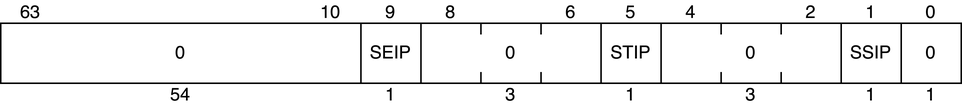
Before: basic/images/23-smode-csr/sip.png, a diagram exported from draw.io (nananapo/veryl-riscv-book). Source tidied: cells renumbered, new cells last; positions are measured from the earlier drawing's top-left corner, leaving out a move shared by most shapes. Source of this version:
```xml
<mxGraphModel>
  <root>
    <mxCell id="0" />
    <mxCell id="1" parent="0" />
    <mxCell id="2" style="rounded=0;whiteSpace=wrap;html=1;" parent="1" vertex="1">
      <mxGeometry y="15" width="640" height="40" as="geometry" />
    </mxCell>
    <mxCell id="3" value="0" style="text;html=1;align=center;verticalAlign=middle;whiteSpace=wrap;rounded=0;" parent="1" vertex="1">
      <mxGeometry x="610" width="20" height="15" as="geometry" />
    </mxCell>
    <mxCell id="4" value="63" style="text;html=1;align=center;verticalAlign=middle;whiteSpace=wrap;rounded=0;" parent="1" vertex="1">
      <mxGeometry x="10" width="20" height="15" as="geometry" />
    </mxCell>
    <mxCell id="5" value="54" style="text;html=1;align=center;verticalAlign=middle;whiteSpace=wrap;rounded=0;" parent="1" vertex="1">
      <mxGeometry x="110" y="55" width="20" height="15" as="geometry" />
    </mxCell>
    <mxCell id="6" style="endArrow=none;html=1;rounded=0;" parent="1" edge="1">
      <mxGeometry relative="1" as="geometry">
        <mxPoint x="600" y="55" as="sourcePoint" />
        <mxPoint x="600" y="15" as="targetPoint" />
      </mxGeometry>
    </mxCell>
    <mxCell id="7" style="endArrow=none;html=1;rounded=0;" parent="1" edge="1">
      <mxGeometry relative="1" as="geometry">
        <mxPoint x="560" y="55" as="sourcePoint" />
        <mxPoint x="560" y="15" as="targetPoint" />
      </mxGeometry>
    </mxCell>
    <mxCell id="8" style="endArrow=none;html=1;rounded=0;" parent="1" edge="1">
      <mxGeometry relative="1" as="geometry">
        <mxPoint x="440" y="55" as="sourcePoint" />
        <mxPoint x="440" y="15" as="targetPoint" />
      </mxGeometry>
    </mxCell>
    <mxCell id="9" style="endArrow=none;html=1;rounded=0;" parent="1" edge="1">
      <mxGeometry relative="1" as="geometry">
        <mxPoint x="400" y="55" as="sourcePoint" />
        <mxPoint x="400" y="15" as="targetPoint" />
      </mxGeometry>
    </mxCell>
    <mxCell id="10" style="endArrow=none;html=1;rounded=0;" parent="1" edge="1">
      <mxGeometry relative="1" as="geometry">
        <mxPoint x="280" y="55" as="sourcePoint" />
        <mxPoint x="280" y="15" as="targetPoint" />
      </mxGeometry>
    </mxCell>
    <mxCell id="11" style="endArrow=none;html=1;rounded=0;" parent="1" edge="1">
      <mxGeometry relative="1" as="geometry">
        <mxPoint x="240" y="55" as="sourcePoint" />
        <mxPoint x="240" y="15" as="targetPoint" />
      </mxGeometry>
    </mxCell>
    <mxCell id="12" value="1" style="text;html=1;align=center;verticalAlign=middle;whiteSpace=wrap;rounded=0;" parent="1" vertex="1">
      <mxGeometry x="570" width="20" height="15" as="geometry" />
    </mxCell>
    <mxCell id="13" value="2" style="text;html=1;align=center;verticalAlign=middle;whiteSpace=wrap;rounded=0;" parent="1" vertex="1">
      <mxGeometry x="530" width="20" height="15" as="geometry" />
    </mxCell>
    <mxCell id="14" value="4" style="text;html=1;align=center;verticalAlign=middle;whiteSpace=wrap;rounded=0;" parent="1" vertex="1">
      <mxGeometry x="450" width="20" height="15" as="geometry" />
    </mxCell>
    <mxCell id="15" value="5" style="text;html=1;align=center;verticalAlign=middle;whiteSpace=wrap;rounded=0;" parent="1" vertex="1">
      <mxGeometry x="410" width="20" height="15" as="geometry" />
    </mxCell>
    <mxCell id="16" value="6" style="text;html=1;align=center;verticalAlign=middle;whiteSpace=wrap;rounded=0;" parent="1" vertex="1">
      <mxGeometry x="370" width="20" height="15" as="geometry" />
    </mxCell>
    <mxCell id="17" value="8" style="text;html=1;align=center;verticalAlign=middle;whiteSpace=wrap;rounded=0;" parent="1" vertex="1">
      <mxGeometry x="290" width="20" height="15" as="geometry" />
    </mxCell>
    <mxCell id="18" value="9" style="text;html=1;align=center;verticalAlign=middle;whiteSpace=wrap;rounded=0;" parent="1" vertex="1">
      <mxGeometry x="250" width="20" height="15" as="geometry" />
    </mxCell>
    <mxCell id="19" value="10" style="text;html=1;align=center;verticalAlign=middle;whiteSpace=wrap;rounded=0;" parent="1" vertex="1">
      <mxGeometry x="210" width="20" height="15" as="geometry" />
    </mxCell>
    <mxCell id="20" value="1" style="text;html=1;align=center;verticalAlign=middle;whiteSpace=wrap;rounded=0;" parent="1" vertex="1">
      <mxGeometry x="610" y="55" width="20" height="15" as="geometry" />
    </mxCell>
    <mxCell id="21" value="1" style="text;html=1;align=center;verticalAlign=middle;whiteSpace=wrap;rounded=0;" parent="1" vertex="1">
      <mxGeometry x="570" y="55" width="20" height="15" as="geometry" />
    </mxCell>
    <mxCell id="22" value="3" style="text;html=1;align=center;verticalAlign=middle;whiteSpace=wrap;rounded=0;" parent="1" vertex="1">
      <mxGeometry x="490" y="55" width="20" height="15" as="geometry" />
    </mxCell>
    <mxCell id="23" value="1" style="text;html=1;align=center;verticalAlign=middle;whiteSpace=wrap;rounded=0;" parent="1" vertex="1">
      <mxGeometry x="410" y="55" width="20" height="15" as="geometry" />
    </mxCell>
    <mxCell id="24" value="1" style="text;html=1;align=center;verticalAlign=middle;whiteSpace=wrap;rounded=0;" parent="1" vertex="1">
      <mxGeometry x="250" y="55" width="20" height="15" as="geometry" />
    </mxCell>
    <mxCell id="25" value="0" style="text;html=1;align=center;verticalAlign=middle;whiteSpace=wrap;rounded=0;" parent="1" vertex="1">
      <mxGeometry x="110" y="27.5" width="20" height="15" as="geometry" />
    </mxCell>
    <mxCell id="26" value="SEIP" style="text;html=1;align=center;verticalAlign=middle;whiteSpace=wrap;rounded=0;" parent="1" vertex="1">
      <mxGeometry x="250" y="27.5" width="20" height="15" as="geometry" />
    </mxCell>
    <mxCell id="27" value="STIP" style="text;html=1;align=center;verticalAlign=middle;whiteSpace=wrap;rounded=0;" parent="1" vertex="1">
      <mxGeometry x="410" y="27.5" width="20" height="15" as="geometry" />
    </mxCell>
    <mxCell id="28" value="0" style="text;html=1;align=center;verticalAlign=middle;whiteSpace=wrap;rounded=0;" parent="1" vertex="1">
      <mxGeometry x="490" y="27.5" width="20" height="15" as="geometry" />
    </mxCell>
    <mxCell id="29" value="SSIP" style="text;html=1;align=center;verticalAlign=middle;whiteSpace=wrap;rounded=0;" parent="1" vertex="1">
      <mxGeometry x="570" y="27.5" width="20" height="15" as="geometry" />
    </mxCell>
    <mxCell id="30" value="0" style="text;html=1;align=center;verticalAlign=middle;whiteSpace=wrap;rounded=0;" parent="1" vertex="1">
      <mxGeometry x="610" y="27.5" width="20" height="15" as="geometry" />
    </mxCell>
    <mxCell id="31" style="endArrow=none;html=1;rounded=0;" parent="1" edge="1">
      <mxGeometry relative="1" as="geometry">
        <mxPoint x="480" y="55" as="sourcePoint" />
        <mxPoint x="480" y="47.5" as="targetPoint" />
      </mxGeometry>
    </mxCell>
    <mxCell id="32" style="endArrow=none;html=1;rounded=0;" parent="1" edge="1">
      <mxGeometry relative="1" as="geometry">
        <mxPoint x="480" y="22.5" as="sourcePoint" />
        <mxPoint x="480" y="15" as="targetPoint" />
      </mxGeometry>
    </mxCell>
    <mxCell id="33" value="3" style="text;html=1;align=center;verticalAlign=middle;whiteSpace=wrap;rounded=0;" parent="1" vertex="1">
      <mxGeometry x="330" y="55" width="20" height="15" as="geometry" />
    </mxCell>
    <mxCell id="34" value="0" style="text;html=1;align=center;verticalAlign=middle;whiteSpace=wrap;rounded=0;" parent="1" vertex="1">
      <mxGeometry x="330" y="27.5" width="20" height="15" as="geometry" />
    </mxCell>
    <mxCell id="35" style="endArrow=none;html=1;rounded=0;" parent="1" edge="1">
      <mxGeometry relative="1" as="geometry">
        <mxPoint x="360" y="55" as="sourcePoint" />
        <mxPoint x="360" y="47.5" as="targetPoint" />
      </mxGeometry>
    </mxCell>
    <mxCell id="36" style="endArrow=none;html=1;rounded=0;" parent="1" edge="1">
      <mxGeometry relative="1" as="geometry">
        <mxPoint x="360" y="22.5" as="sourcePoint" />
        <mxPoint x="360" y="15" as="targetPoint" />
      </mxGeometry>
    </mxCell>
    <mxCell id="37" style="endArrow=none;html=1;rounded=0;" parent="1" edge="1">
      <mxGeometry relative="1" as="geometry">
        <mxPoint x="520" y="55" as="sourcePoint" />
        <mxPoint x="520" y="47.5" as="targetPoint" />
      </mxGeometry>
    </mxCell>
    <mxCell id="38" style="endArrow=none;html=1;rounded=0;" parent="1" edge="1">
      <mxGeometry relative="1" as="geometry">
        <mxPoint x="520" y="22.5" as="sourcePoint" />
        <mxPoint x="520" y="15" as="targetPoint" />
      </mxGeometry>
    </mxCell>
    <mxCell id="39" style="endArrow=none;html=1;rounded=0;" parent="1" edge="1">
      <mxGeometry relative="1" as="geometry">
        <mxPoint x="320" y="55" as="sourcePoint" />
        <mxPoint x="320" y="47.5" as="targetPoint" />
      </mxGeometry>
    </mxCell>
    <mxCell id="40" style="endArrow=none;html=1;rounded=0;" parent="1" edge="1">
      <mxGeometry relative="1" as="geometry">
        <mxPoint x="320" y="22.5" as="sourcePoint" />
        <mxPoint x="320" y="15" as="targetPoint" />
      </mxGeometry>
    </mxCell>
  </root>
</mxGraphModel>
```
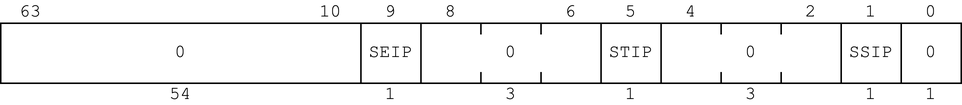
After the change.

The edit, as a diff of the source:
```diff
@@ -2,160 +2,160 @@
   <root>
     <mxCell id="0" />
     <mxCell id="1" parent="0" />
-    <mxCell id="2" style="rounded=0;whiteSpace=wrap;html=1;" parent="1" vertex="1">
+    <mxCell id="2" style="rounded=0;whiteSpace=wrap;html=1;fontFamily=Courier New;" parent="1" vertex="1">
       <mxGeometry y="15" width="640" height="40" as="geometry" />
     </mxCell>
-    <mxCell id="3" value="0" style="text;html=1;align=center;verticalAlign=middle;whiteSpace=wrap;rounded=0;" parent="1" vertex="1">
+    <mxCell id="3" value="0" style="text;html=1;align=center;verticalAlign=middle;whiteSpace=wrap;rounded=0;fontFamily=Courier New;" parent="1" vertex="1">
       <mxGeometry x="610" width="20" height="15" as="geometry" />
     </mxCell>
-    <mxCell id="4" value="63" style="text;html=1;align=center;verticalAlign=middle;whiteSpace=wrap;rounded=0;" parent="1" vertex="1">
+    <mxCell id="4" value="63" style="text;html=1;align=center;verticalAlign=middle;whiteSpace=wrap;rounded=0;fontFamily=Courier New;" parent="1" vertex="1">
       <mxGeometry x="10" width="20" height="15" as="geometry" />
     </mxCell>
-    <mxCell id="5" value="54" style="text;html=1;align=center;verticalAlign=middle;whiteSpace=wrap;rounded=0;" parent="1" vertex="1">
+    <mxCell id="5" value="54" style="text;html=1;align=center;verticalAlign=middle;whiteSpace=wrap;rounded=0;fontFamily=Courier New;" parent="1" vertex="1">
       <mxGeometry x="110" y="55" width="20" height="15" as="geometry" />
     </mxCell>
-    <mxCell id="6" style="endArrow=none;html=1;rounded=0;" parent="1" edge="1">
+    <mxCell id="6" style="endArrow=none;html=1;rounded=0;fontFamily=Courier New;" parent="1" edge="1">
       <mxGeometry relative="1" as="geometry">
         <mxPoint x="600" y="55" as="sourcePoint" />
         <mxPoint x="600" y="15" as="targetPoint" />
       </mxGeometry>
     </mxCell>
-    <mxCell id="7" style="endArrow=none;html=1;rounded=0;" parent="1" edge="1">
+    <mxCell id="7" style="endArrow=none;html=1;rounded=0;fontFamily=Courier New;" parent="1" edge="1">
       <mxGeometry relative="1" as="geometry">
         <mxPoint x="560" y="55" as="sourcePoint" />
         <mxPoint x="560" y="15" as="targetPoint" />
       </mxGeometry>
     </mxCell>
-    <mxCell id="8" style="endArrow=none;html=1;rounded=0;" parent="1" edge="1">
+    <mxCell id="8" style="endArrow=none;html=1;rounded=0;fontFamily=Courier New;" parent="1" edge="1">
       <mxGeometry relative="1" as="geometry">
         <mxPoint x="440" y="55" as="sourcePoint" />
         <mxPoint x="440" y="15" as="targetPoint" />
       </mxGeometry>
     </mxCell>
-    <mxCell id="9" style="endArrow=none;html=1;rounded=0;" parent="1" edge="1">
+    <mxCell id="9" style="endArrow=none;html=1;rounded=0;fontFamily=Courier New;" parent="1" edge="1">
       <mxGeometry relative="1" as="geometry">
         <mxPoint x="400" y="55" as="sourcePoint" />
         <mxPoint x="400" y="15" as="targetPoint" />
       </mxGeometry>
     </mxCell>
-    <mxCell id="10" style="endArrow=none;html=1;rounded=0;" parent="1" edge="1">
+    <mxCell id="10" style="endArrow=none;html=1;rounded=0;fontFamily=Courier New;" parent="1" edge="1">
       <mxGeometry relative="1" as="geometry">
         <mxPoint x="280" y="55" as="sourcePoint" />
         <mxPoint x="280" y="15" as="targetPoint" />
       </mxGeometry>
     </mxCell>
-    <mxCell id="11" style="endArrow=none;html=1;rounded=0;" parent="1" edge="1">
+    <mxCell id="11" style="endArrow=none;html=1;rounded=0;fontFamily=Courier New;" parent="1" edge="1">
       <mxGeometry relative="1" as="geometry">
         <mxPoint x="240" y="55" as="sourcePoint" />
         <mxPoint x="240" y="15" as="targetPoint" />
       </mxGeometry>
     </mxCell>
-    <mxCell id="12" value="1" style="text;html=1;align=center;verticalAlign=middle;whiteSpace=wrap;rounded=0;" parent="1" vertex="1">
+    <mxCell id="12" value="1" style="text;html=1;align=center;verticalAlign=middle;whiteSpace=wrap;rounded=0;fontFamily=Courier New;" parent="1" vertex="1">
       <mxGeometry x="570" width="20" height="15" as="geometry" />
     </mxCell>
-    <mxCell id="13" value="2" style="text;html=1;align=center;verticalAlign=middle;whiteSpace=wrap;rounded=0;" parent="1" vertex="1">
+    <mxCell id="13" value="2" style="text;html=1;align=center;verticalAlign=middle;whiteSpace=wrap;rounded=0;fontFamily=Courier New;" parent="1" vertex="1">
       <mxGeometry x="530" width="20" height="15" as="geometry" />
     </mxCell>
-    <mxCell id="14" value="4" style="text;html=1;align=center;verticalAlign=middle;whiteSpace=wrap;rounded=0;" parent="1" vertex="1">
+    <mxCell id="14" value="4" style="text;html=1;align=center;verticalAlign=middle;whiteSpace=wrap;rounded=0;fontFamily=Courier New;" parent="1" vertex="1">
       <mxGeometry x="450" width="20" height="15" as="geometry" />
     </mxCell>
-    <mxCell id="15" value="5" style="text;html=1;align=center;verticalAlign=middle;whiteSpace=wrap;rounded=0;" parent="1" vertex="1">
+    <mxCell id="15" value="5" style="text;html=1;align=center;verticalAlign=middle;whiteSpace=wrap;rounded=0;fontFamily=Courier New;" parent="1" vertex="1">
       <mxGeometry x="410" width="20" height="15" as="geometry" />
     </mxCell>
-    <mxCell id="16" value="6" style="text;html=1;align=center;verticalAlign=middle;whiteSpace=wrap;rounded=0;" parent="1" vertex="1">
+    <mxCell id="16" value="6" style="text;html=1;align=center;verticalAlign=middle;whiteSpace=wrap;rounded=0;fontFamily=Courier New;" parent="1" vertex="1">
       <mxGeometry x="370" width="20" height="15" as="geometry" />
     </mxCell>
-    <mxCell id="17" value="8" style="text;html=1;align=center;verticalAlign=middle;whiteSpace=wrap;rounded=0;" parent="1" vertex="1">
+    <mxCell id="17" value="8" style="text;html=1;align=center;verticalAlign=middle;whiteSpace=wrap;rounded=0;fontFamily=Courier New;" parent="1" vertex="1">
       <mxGeometry x="290" width="20" height="15" as="geometry" />
     </mxCell>
-    <mxCell id="18" value="9" style="text;html=1;align=center;verticalAlign=middle;whiteSpace=wrap;rounded=0;" parent="1" vertex="1">
+    <mxCell id="18" value="9" style="text;html=1;align=center;verticalAlign=middle;whiteSpace=wrap;rounded=0;fontFamily=Courier New;" parent="1" vertex="1">
       <mxGeometry x="250" width="20" height="15" as="geometry" />
     </mxCell>
-    <mxCell id="19" value="10" style="text;html=1;align=center;verticalAlign=middle;whiteSpace=wrap;rounded=0;" parent="1" vertex="1">
+    <mxCell id="19" value="10" style="text;html=1;align=center;verticalAlign=middle;whiteSpace=wrap;rounded=0;fontFamily=Courier New;" parent="1" vertex="1">
       <mxGeometry x="210" width="20" height="15" as="geometry" />
     </mxCell>
-    <mxCell id="20" value="1" style="text;html=1;align=center;verticalAlign=middle;whiteSpace=wrap;rounded=0;" parent="1" vertex="1">
+    <mxCell id="20" value="1" style="text;html=1;align=center;verticalAlign=middle;whiteSpace=wrap;rounded=0;fontFamily=Courier New;" parent="1" vertex="1">
       <mxGeometry x="610" y="55" width="20" height="15" as="geometry" />
     </mxCell>
-    <mxCell id="21" value="1" style="text;html=1;align=center;verticalAlign=middle;whiteSpace=wrap;rounded=0;" parent="1" vertex="1">
+    <mxCell id="21" value="1" style="text;html=1;align=center;verticalAlign=middle;whiteSpace=wrap;rounded=0;fontFamily=Courier New;" parent="1" vertex="1">
       <mxGeometry x="570" y="55" width="20" height="15" as="geometry" />
     </mxCell>
-    <mxCell id="22" value="3" style="text;html=1;align=center;verticalAlign=middle;whiteSpace=wrap;rounded=0;" parent="1" vertex="1">
+    <mxCell id="22" value="3" style="text;html=1;align=center;verticalAlign=middle;whiteSpace=wrap;rounded=0;fontFamily=Courier New;" parent="1" vertex="1">
       <mxGeometry x="490" y="55" width="20" height="15" as="geometry" />
     </mxCell>
-    <mxCell id="23" value="1" style="text;html=1;align=center;verticalAlign=middle;whiteSpace=wrap;rounded=0;" parent="1" vertex="1">
+    <mxCell id="23" value="1" style="text;html=1;align=center;verticalAlign=middle;whiteSpace=wrap;rounded=0;fontFamily=Courier New;" parent="1" vertex="1">
       <mxGeometry x="410" y="55" width="20" height="15" as="geometry" />
     </mxCell>
-    <mxCell id="24" value="1" style="text;html=1;align=center;verticalAlign=middle;whiteSpace=wrap;rounded=0;" parent="1" vertex="1">
+    <mxCell id="24" value="1" style="text;html=1;align=center;verticalAlign=middle;whiteSpace=wrap;rounded=0;fontFamily=Courier New;" parent="1" vertex="1">
       <mxGeometry x="250" y="55" width="20" height="15" as="geometry" />
     </mxCell>
-    <mxCell id="25" value="0" style="text;html=1;align=center;verticalAlign=middle;whiteSpace=wrap;rounded=0;" parent="1" vertex="1">
+    <mxCell id="25" value="0" style="text;html=1;align=center;verticalAlign=middle;whiteSpace=wrap;rounded=0;fontFamily=Courier New;" parent="1" vertex="1">
       <mxGeometry x="110" y="27.5" width="20" height="15" as="geometry" />
     </mxCell>
-    <mxCell id="26" value="SEIP" style="text;html=1;align=center;verticalAlign=middle;whiteSpace=wrap;rounded=0;" parent="1" vertex="1">
+    <mxCell id="26" value="SEIP" style="text;html=1;align=center;verticalAlign=middle;whiteSpace=wrap;rounded=0;fontFamily=Courier New;" parent="1" vertex="1">
       <mxGeometry x="250" y="27.5" width="20" height="15" as="geometry" />
     </mxCell>
-    <mxCell id="27" value="STIP" style="text;html=1;align=center;verticalAlign=middle;whiteSpace=wrap;rounded=0;" parent="1" vertex="1">
+    <mxCell id="27" value="STIP" style="text;html=1;align=center;verticalAlign=middle;whiteSpace=wrap;rounded=0;fontFamily=Courier New;" parent="1" vertex="1">
       <mxGeometry x="410" y="27.5" width="20" height="15" as="geometry" />
     </mxCell>
-    <mxCell id="28" value="0" style="text;html=1;align=center;verticalAlign=middle;whiteSpace=wrap;rounded=0;" parent="1" vertex="1">
+    <mxCell id="28" value="0" style="text;html=1;align=center;verticalAlign=middle;whiteSpace=wrap;rounded=0;fontFamily=Courier New;" parent="1" vertex="1">
       <mxGeometry x="490" y="27.5" width="20" height="15" as="geometry" />
     </mxCell>
-    <mxCell id="29" value="SSIP" style="text;html=1;align=center;verticalAlign=middle;whiteSpace=wrap;rounded=0;" parent="1" vertex="1">
+    <mxCell id="29" value="SSIP" style="text;html=1;align=center;verticalAlign=middle;whiteSpace=wrap;rounded=0;fontFamily=Courier New;" parent="1" vertex="1">
       <mxGeometry x="570" y="27.5" width="20" height="15" as="geometry" />
     </mxCell>
-    <mxCell id="30" value="0" style="text;html=1;align=center;verticalAlign=middle;whiteSpace=wrap;rounded=0;" parent="1" vertex="1">
+    <mxCell id="30" value="0" style="text;html=1;align=center;verticalAlign=middle;whiteSpace=wrap;rounded=0;fontFamily=Courier New;" parent="1" vertex="1">
       <mxGeometry x="610" y="27.5" width="20" height="15" as="geometry" />
     </mxCell>
-    <mxCell id="31" style="endArrow=none;html=1;rounded=0;" parent="1" edge="1">
+    <mxCell id="31" style="endArrow=none;html=1;rounded=0;fontFamily=Courier New;" parent="1" edge="1">
       <mxGeometry relative="1" as="geometry">
         <mxPoint x="480" y="55" as="sourcePoint" />
         <mxPoint x="480" y="47.5" as="targetPoint" />
       </mxGeometry>
     </mxCell>
-    <mxCell id="32" style="endArrow=none;html=1;rounded=0;" parent="1" edge="1">
+    <mxCell id="32" style="endArrow=none;html=1;rounded=0;fontFamily=Courier New;" parent="1" edge="1">
       <mxGeometry relative="1" as="geometry">
         <mxPoint x="480" y="22.5" as="sourcePoint" />
         <mxPoint x="480" y="15" as="targetPoint" />
       </mxGeometry>
     </mxCell>
-    <mxCell id="33" value="3" style="text;html=1;align=center;verticalAlign=middle;whiteSpace=wrap;rounded=0;" parent="1" vertex="1">
+    <mxCell id="33" value="3" style="text;html=1;align=center;verticalAlign=middle;whiteSpace=wrap;rounded=0;fontFamily=Courier New;" parent="1" vertex="1">
       <mxGeometry x="330" y="55" width="20" height="15" as="geometry" />
     </mxCell>
-    <mxCell id="34" value="0" style="text;html=1;align=center;verticalAlign=middle;whiteSpace=wrap;rounded=0;" parent="1" vertex="1">
+    <mxCell id="34" value="0" style="text;html=1;align=center;verticalAlign=middle;whiteSpace=wrap;rounded=0;fontFamily=Courier New;" parent="1" vertex="1">
       <mxGeometry x="330" y="27.5" width="20" height="15" as="geometry" />
     </mxCell>
-    <mxCell id="35" style="endArrow=none;html=1;rounded=0;" parent="1" edge="1">
+    <mxCell id="35" style="endArrow=none;html=1;rounded=0;fontFamily=Courier New;" parent="1" edge="1">
       <mxGeometry relative="1" as="geometry">
         <mxPoint x="360" y="55" as="sourcePoint" />
         <mxPoint x="360" y="47.5" as="targetPoint" />
       </mxGeometry>
     </mxCell>
-    <mxCell id="36" style="endArrow=none;html=1;rounded=0;" parent="1" edge="1">
+    <mxCell id="36" style="endArrow=none;html=1;rounded=0;fontFamily=Courier New;" parent="1" edge="1">
       <mxGeometry relative="1" as="geometry">
         <mxPoint x="360" y="22.5" as="sourcePoint" />
         <mxPoint x="360" y="15" as="targetPoint" />
       </mxGeometry>
     </mxCell>
-    <mxCell id="37" style="endArrow=none;html=1;rounded=0;" parent="1" edge="1">
+    <mxCell id="37" style="endArrow=none;html=1;rounded=0;fontFamily=Courier New;" parent="1" edge="1">
       <mxGeometry relative="1" as="geometry">
         <mxPoint x="520" y="55" as="sourcePoint" />
         <mxPoint x="520" y="47.5" as="targetPoint" />
       </mxGeometry>
     </mxCell>
-    <mxCell id="38" style="endArrow=none;html=1;rounded=0;" parent="1" edge="1">
+    <mxCell id="38" style="endArrow=none;html=1;rounded=0;fontFamily=Courier New;" parent="1" edge="1">
       <mxGeometry relative="1" as="geometry">
         <mxPoint x="520" y="22.5" as="sourcePoint" />
         <mxPoint x="520" y="15" as="targetPoint" />
       </mxGeometry>
     </mxCell>
-    <mxCell id="39" style="endArrow=none;html=1;rounded=0;" parent="1" edge="1">
+    <mxCell id="39" style="endArrow=none;html=1;rounded=0;fontFamily=Courier New;" parent="1" edge="1">
       <mxGeometry relative="1" as="geometry">
         <mxPoint x="320" y="55" as="sourcePoint" />
         <mxPoint x="320" y="47.5" as="targetPoint" />
       </mxGeometry>
     </mxCell>
-    <mxCell id="40" style="endArrow=none;html=1;rounded=0;" parent="1" edge="1">
+    <mxCell id="40" style="endArrow=none;html=1;rounded=0;fontFamily=Courier New;" parent="1" edge="1">
       <mxGeometry relative="1" as="geometry">
         <mxPoint x="320" y="22.5" as="sourcePoint" />
         <mxPoint x="320" y="15" as="targetPoint" />
```
